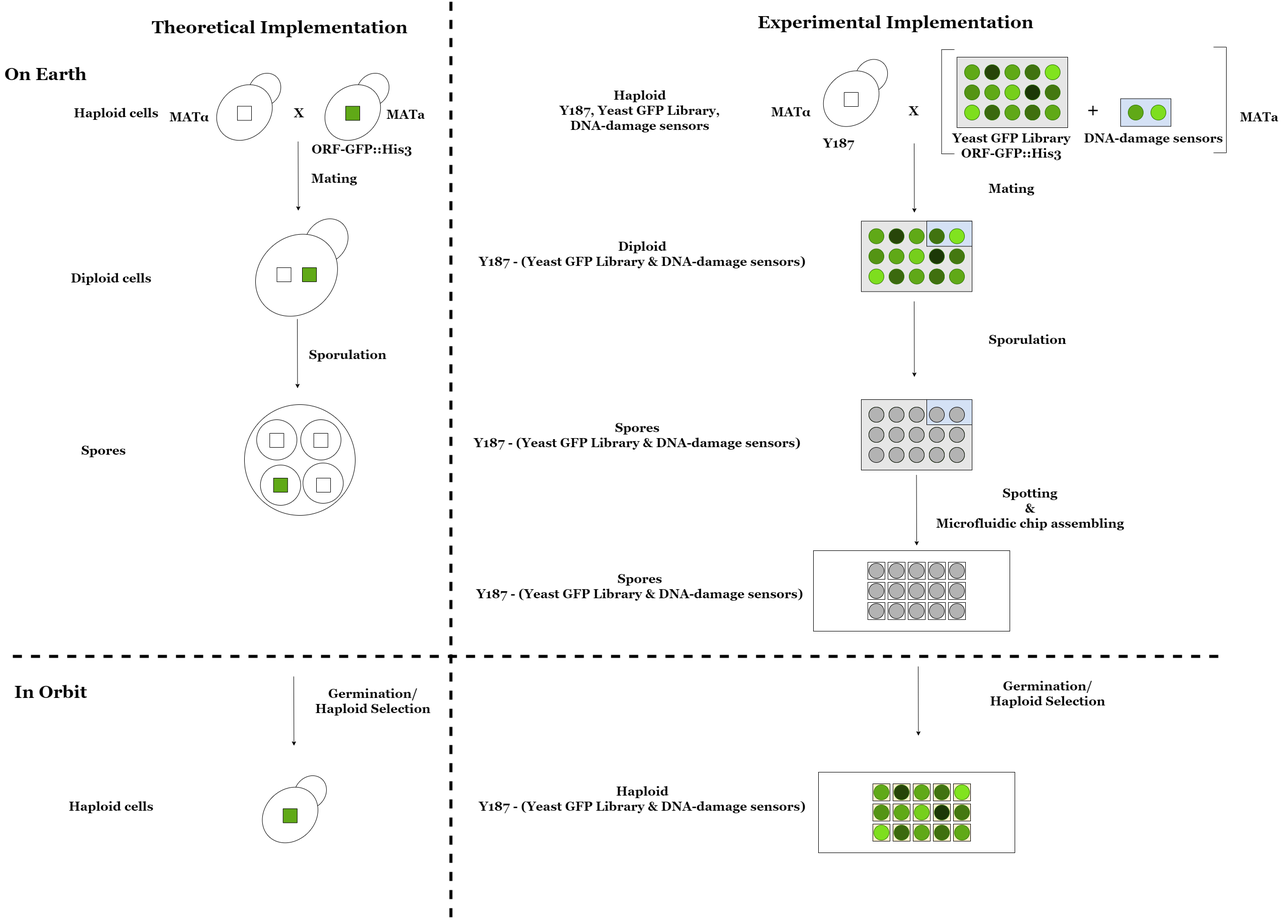
Earlier version of the draw.io export assets/sporulation_library_orbit.png (AcubeSAT/yeast-biology). Source tidied: cells renumbered, new cells last; positions are measured from the earlier drawing's top-left corner, leaving out a move shared by most shapes.
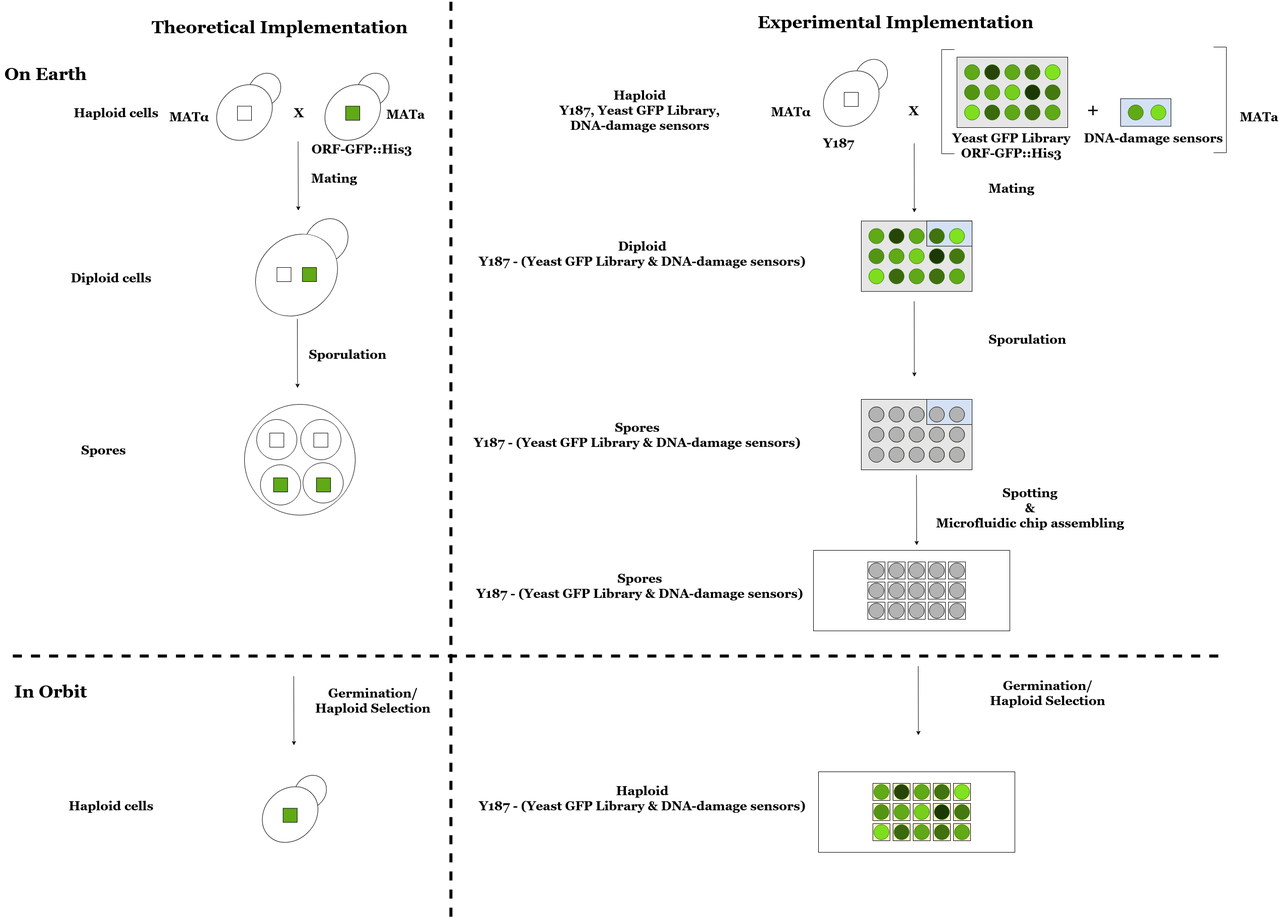
The same file after the commit.

What changed in the source:
```diff
@@ -722,7 +722,7 @@
     <mxCell id="232" style="whiteSpace=wrap;html=1;strokeColor=#000000;direction=south;fillColor=#FFFFFF;fontFamily=Georgia;fontSize=25;" parent="1" vertex="1">
       <mxGeometry x="622.7" y="857" width="28" height="28" as="geometry" />
     </mxCell>
-    <mxCell id="233" style="whiteSpace=wrap;html=1;strokeColor=#000000;direction=south;fillColor=#FFFFFF;fontFamily=Georgia;fontSize=25;" parent="1" vertex="1">
+    <mxCell id="233" style="whiteSpace=wrap;html=1;strokeColor=#000000;direction=south;fontFamily=Georgia;fontSize=25;fillColor=#60A917;" parent="1" vertex="1">
       <mxGeometry x="628" y="946" width="28" height="28" as="geometry" />
     </mxCell>
     <mxCell id="234" style="whiteSpace=wrap;html=1;strokeColor=#000000;fillColor=#60A917;direction=south;fontFamily=Georgia;fontSize=25;" parent="1" vertex="1">
```
